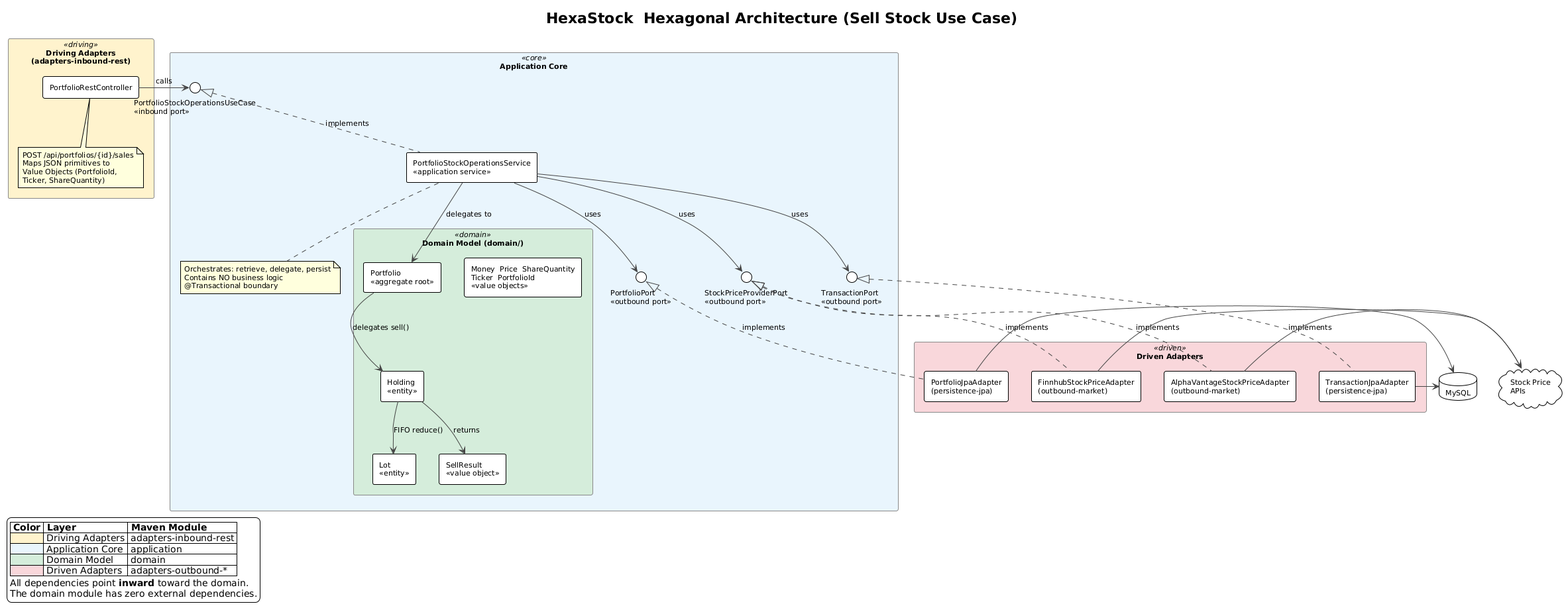
Before: doc/tutorial/sellStocks/diagrams/Rendered/hexastock-hexagonal-architecture.png, a diagram exported from PlantUML (alfredorueda/HexaStock). Source of this version:
```plantuml
@startuml hexastock-hexagonal-architecture
!theme plain
skinparam backgroundColor #FEFEFE
skinparam defaultFontSize 11
skinparam packageStyle rectangle
skinparam componentStyle rectangle
skinparam ArrowColor #444444
skinparam noteBackgroundColor #FFFFDD

title HexaStock  Hexagonal Architecture (Sell Stock Use Case)

skinparam package {
  BackgroundColor<<core>> #E8F4FD
  BackgroundColor<<domain>> #D4EDDA
  BackgroundColor<<driving>> #FFF3CD
  BackgroundColor<<driven>> #F8D7DA
  BorderColor #888888
}

package "Driving Adapters\n(adapters-inbound-rest)" <<driving>> {
  component "PortfolioRestController" as ctrl
  note bottom of ctrl
    POST /api/portfolios/{id}/sales
    Maps JSON primitives to
    Value Objects (PortfolioId,
    Ticker, ShareQuantity)
  end note
}

package "Application Core" <<core>> {

  interface "PortfolioStockOperationsUseCase\n<<inbound port>>" as inPort

  component "PortfolioStockOperationsService\n<<application service>>" as svc
  note bottom of svc
    Orchestrates: retrieve, delegate, persist
    Contains NO business logic
    @Transactional boundary
  end note

  interface "PortfolioPort\n<<outbound port>>" as portPort
  interface "StockPriceProviderPort\n<<outbound port>>" as pricePort
  interface "TransactionPort\n<<outbound port>>" as txPort

  package "Domain Model (domain/)" <<domain>> {
    component "Portfolio\n<<aggregate root>>" as portfolio
    component "Holding\n<<entity>>" as holding
    component "Lot\n<<entity>>" as lot
    component "SellResult\n<<value object>>" as sellResult
    component "Money  Price  ShareQuantity\nTicker  PortfolioId\n<<value objects>>" as vos

    portfolio -down-> holding : delegates sell()
    holding -down-> lot : FIFO reduce()
    holding -down-> sellResult : returns
  }
}

package "Driven Adapters" <<driven>> {
  component "PortfolioJpaAdapter\n(persistence-jpa)" as jpaAdapter
  component "TransactionJpaAdapter\n(persistence-jpa)" as txJpaAdapter
  component "FinnhubStockPriceAdapter\n(outbound-market)" as finnhub
  component "AlphaVantageStockPriceAdapter\n(outbound-market)" as alpha
}

database "MySQL" as db
cloud "Stock Price\nAPIs" as apis

ctrl -right-> inPort : calls

inPort <|.. svc : implements

svc -down-> portPort : uses
svc -down-> pricePort : uses
svc -down-> txPort : uses
svc -down-> portfolio : delegates to

portPort <|.. jpaAdapter : implements
txPort <|.. txJpaAdapter : implements
pricePort <|.. finnhub : implements
pricePort <|.. alpha : implements

jpaAdapter -right-> db
txJpaAdapter -right-> db
finnhub -right-> apis
alpha -right-> apis

legend bottom left
  |= Color |= Layer |= Maven Module |
  | <#FFF3CD> | Driving Adapters | adapters-inbound-rest |
  | <#E8F4FD> | Application Core | application |
  | <#D4EDDA> | Domain Model | domain |
  | <#F8D7DA> | Driven Adapters | adapters-outbound-* |
  All dependencies point **inward** toward the domain.
  The domain module has zero external dependencies.
endlegend

@enduml
```
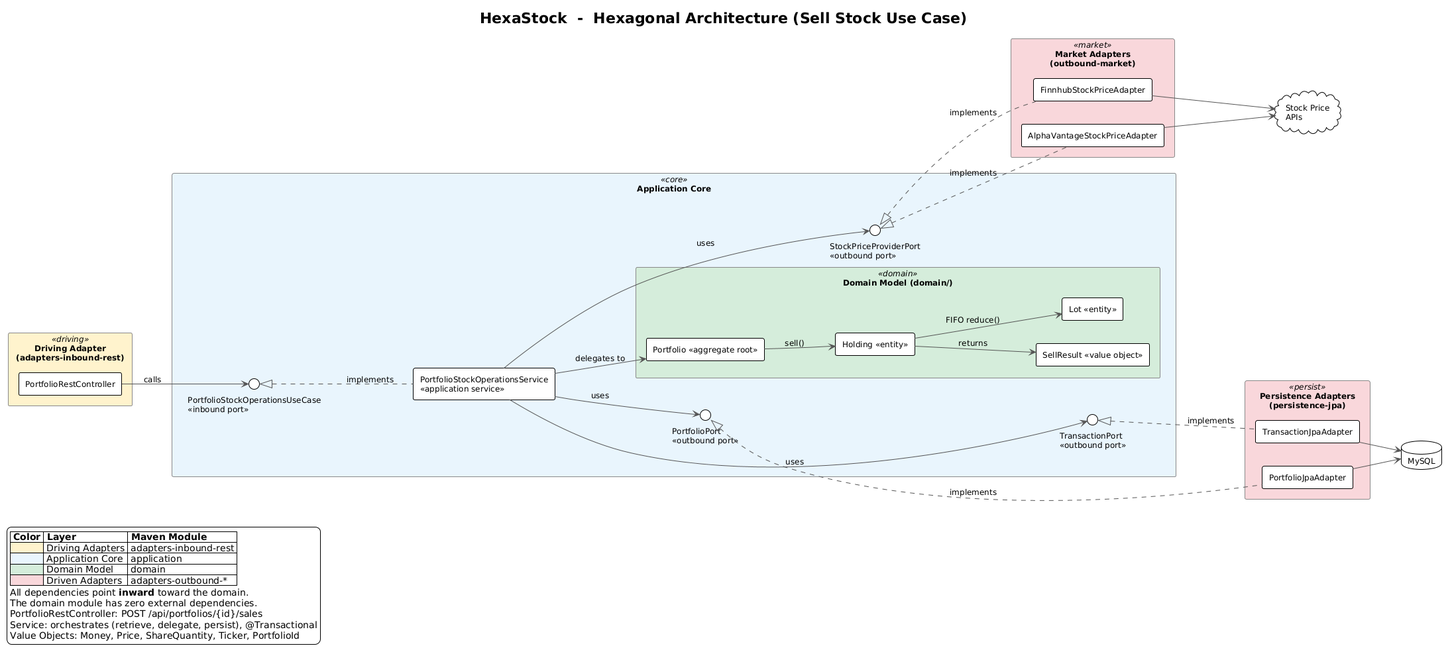
After the commit.

Commit message:
docs: update hexagonal architecture diagram for clarity and consistency

What changed in the source:
```diff
@@ -1,88 +1,87 @@
 @startuml hexastock-hexagonal-architecture
 !theme plain
-skinparam backgroundColor #FEFEFE
-skinparam defaultFontSize 11
-skinparam packageStyle rectangle
-skinparam componentStyle rectangle
-skinparam ArrowColor #444444
-skinparam noteBackgroundColor #FFFFDD
+left to right direction
 
-title HexaStock  Hexagonal Architecture (Sell Stock Use Case)
+skinparam {
+  backgroundColor #FEFEFE
+  defaultFontSize 12
+  packageStyle rectangle
+  componentStyle rectangle
+  ArrowColor #555555
+}
 
 skinparam package {
   BackgroundColor<<core>> #E8F4FD
   BackgroundColor<<domain>> #D4EDDA
   BackgroundColor<<driving>> #FFF3CD
-  BackgroundColor<<driven>> #F8D7DA
+  BackgroundColor<<persist>> #F8D7DA
+  BackgroundColor<<market>> #F8D7DA
   BorderColor #888888
 }
 
-package "Driving Adapters\n(adapters-inbound-rest)" <<driving>> {
-  component "PortfolioRestController" as ctrl
-  note bottom of ctrl
-    POST /api/portfolios/{id}/sales
-    Maps JSON primitives to
-    Value Objects (PortfolioId,
-    Ticker, ShareQuantity)
-  end note
+title HexaStock  -  Hexagonal Architecture (Sell Stock Use Case)
+
+package "Driving Adapter\n(adapters-inbound-rest)" <<driving>> {
+  [PortfolioRestController] as ctrl
 }
 
 package "Application Core" <<core>> {
 
-  interface "PortfolioStockOperationsUseCase\n<<inbound port>>" as inPort
+  () "PortfolioStockOperationsUseCase\n<<inbound port>>" as inPort
 
-  component "PortfolioStockOperationsService\n<<application service>>" as svc
-  note bottom of svc
-    Orchestrates: retrieve, delegate, persist
-    Contains NO business logic
-    @Transactional boundary
-  end note
-
-  interface "PortfolioPort\n<<outbound port>>" as portPort
-  interface "StockPriceProviderPort\n<<outbound port>>" as pricePort
-  interface "TransactionPort\n<<outbound port>>" as txPort
+  [PortfolioStockOperationsService\n<<application service>>] as svc
 
   package "Domain Model (domain/)" <<domain>> {
-    component "Portfolio\n<<aggregate root>>" as portfolio
-    component "Holding\n<<entity>>" as holding
-    component "Lot\n<<entity>>" as lot
-    component "SellResult\n<<value object>>" as sellResult
-    component "Money  Price  ShareQuantity\nTicker  PortfolioId\n<<value objects>>" as vos
+    [Portfolio <<aggregate root>>] as portfolio
+    [Holding <<entity>>] as holding
+    [Lot <<entity>>] as lot
+    [SellResult <<value object>>] as sellResult
 
-    portfolio -down-> holding : delegates sell()
-    holding -down-> lot : FIFO reduce()
-    holding -down-> sellResult : returns
+    portfolio --> holding : sell()
+    holding --> lot : FIFO reduce()
+    holding --> sellResult : returns
   }
+
+  () "PortfolioPort\n<<outbound port>>" as portPort
+  () "StockPriceProviderPort\n<<outbound port>>" as pricePort
+  () "TransactionPort\n<<outbound port>>" as txPort
+
+  portPort -[hidden]down- pricePort
+  pricePort -[hidden]down- txPort
 }
 
-package "Driven Adapters" <<driven>> {
-  component "PortfolioJpaAdapter\n(persistence-jpa)" as jpaAdapter
-  component "TransactionJpaAdapter\n(persistence-jpa)" as txJpaAdapter
-  component "FinnhubStockPriceAdapter\n(outbound-market)" as finnhub
-  component "AlphaVantageStockPriceAdapter\n(outbound-market)" as alpha
+package "Persistence Adapters\n(persistence-jpa)" <<persist>> {
+  [PortfolioJpaAdapter] as jpaAdapter
+  [TransactionJpaAdapter] as txJpaAdapter
+}
+
+package "Market Adapters\n(outbound-market)" <<market>> {
+  [FinnhubStockPriceAdapter] as finnhub
+  [AlphaVantageStockPriceAdapter] as alpha
 }
 
 database "MySQL" as db
 cloud "Stock Price\nAPIs" as apis
 
-ctrl -right-> inPort : calls
 
+ctrl --> inPort : calls
 inPort <|.. svc : implements
 
-svc -down-> portPort : uses
-svc -down-> pricePort : uses
-svc -down-> txPort : uses
-svc -down-> portfolio : delegates to
+svc --> portfolio : delegates to
+
+svc --> portPort : uses
+svc --> pricePort : uses
+svc --> txPort : uses
 
 portPort <|.. jpaAdapter : implements
 txPort <|.. txJpaAdapter : implements
 pricePort <|.. finnhub : implements
 pricePort <|.. alpha : implements
 
-jpaAdapter -right-> db
-txJpaAdapter -right-> db
-finnhub -right-> apis
-alpha -right-> apis
+jpaAdapter --> db
+txJpaAdapter --> db
+finnhub --> apis
+alpha --> apis
 
 legend bottom left
   |= Color |= Layer |= Maven Module |
@@ -92,6 +91,9 @@
   | <#F8D7DA> | Driven Adapters | adapters-outbound-* |
   All dependencies point **inward** toward the domain.
   The domain module has zero external dependencies.
+  PortfolioRestController: POST /api/portfolios/{id}/sales
+  Service: orchestrates (retrieve, delegate, persist), @Transactional
+  Value Objects: Money, Price, ShareQuantity, Ticker, PortfolioId
 endlegend
 
 @enduml
```
